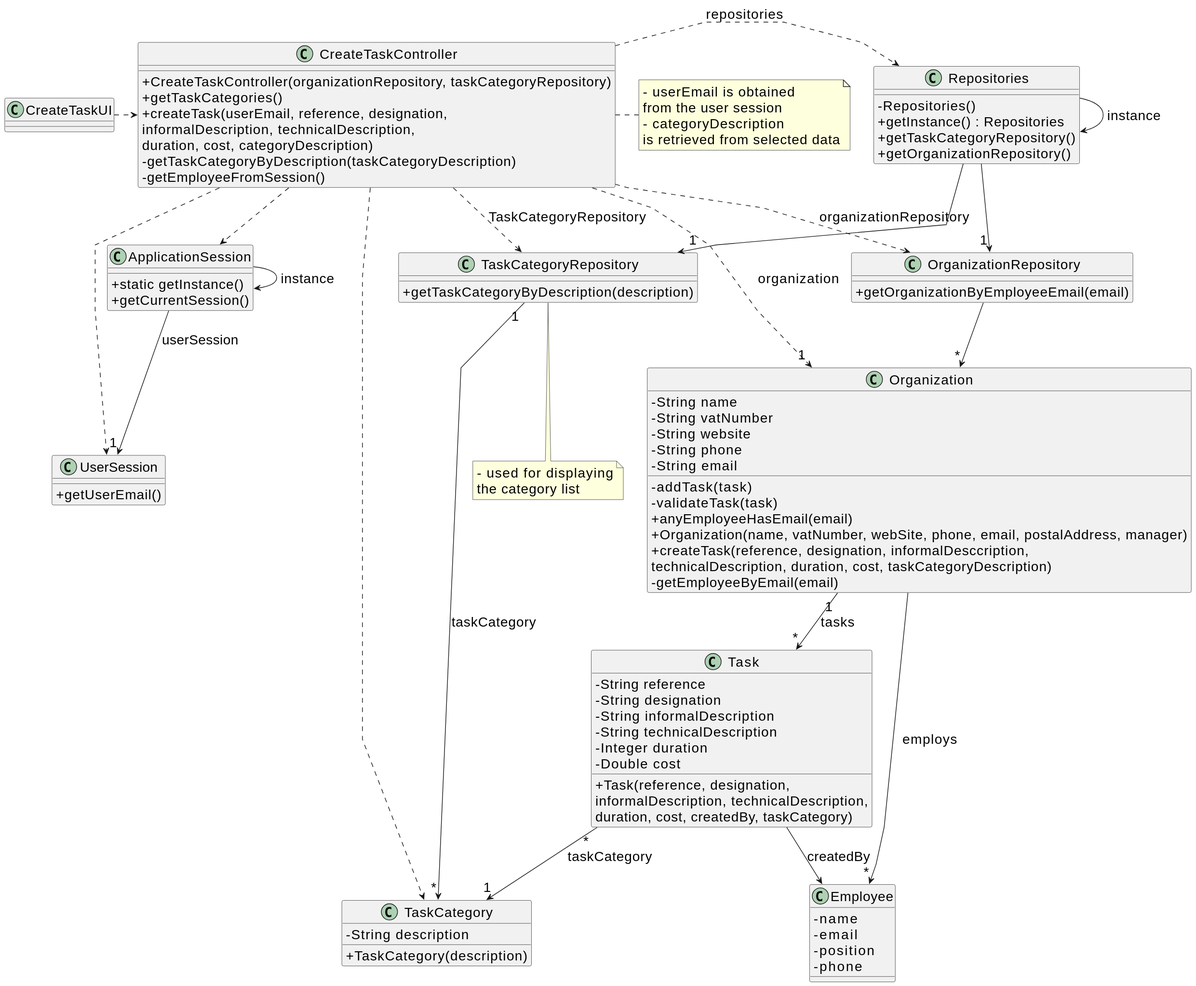
The PlantUML diagram docs/tp01/svg/uc6-class-diagram.svg in PureNimble/ISEP-LAPR2, before a commit.
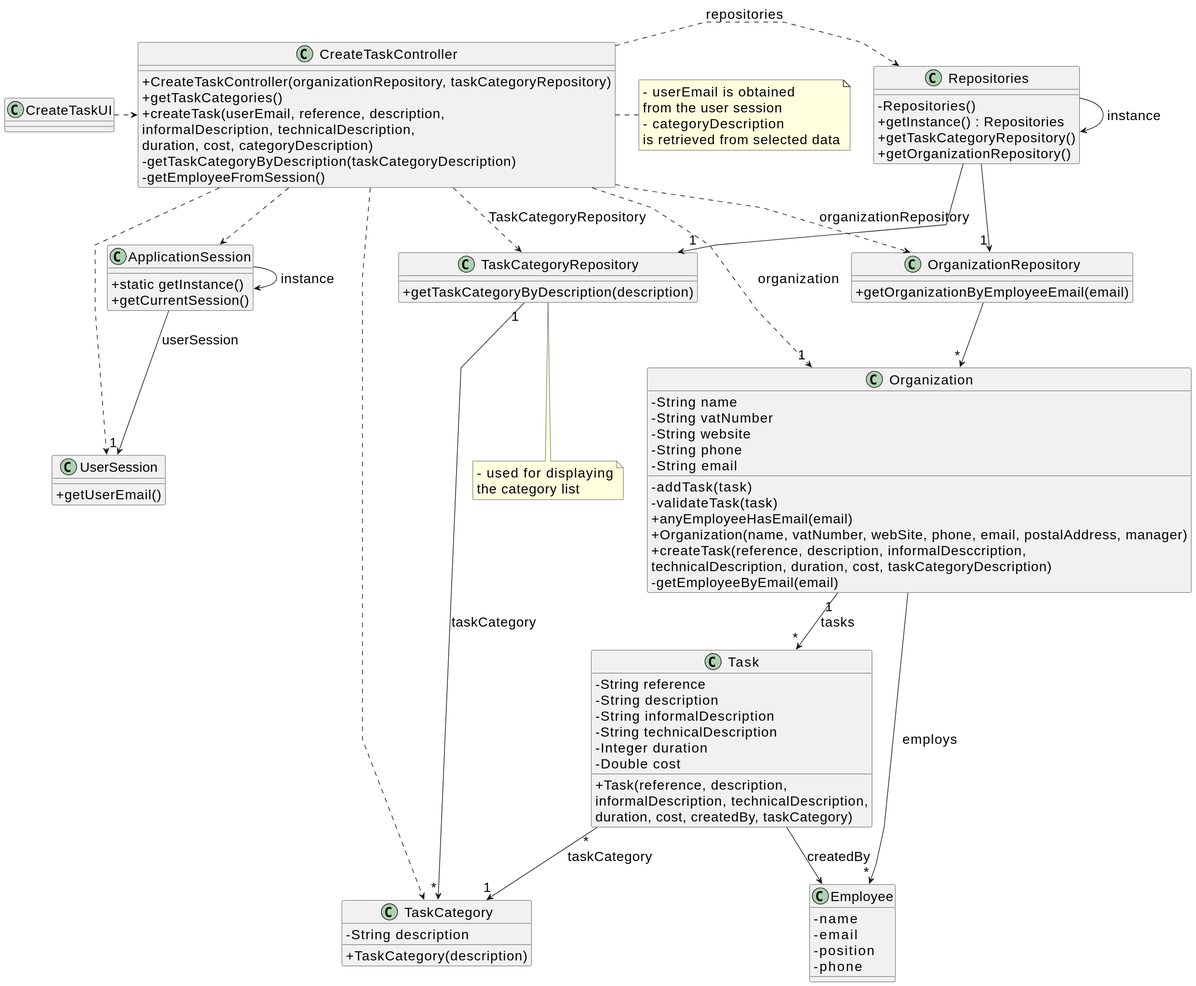
After the change.

The edit, as a diff of the source:
```diff
@@ -27,13 +27,13 @@
 
 class Task {
     - String reference
-    - String designation
+    - String description
     - String informalDescription
     - String technicalDescription
     - Integer duration
     - Double cost
 
-    + Task(reference, designation,\ninformalDescription, technicalDescription,\nduration, cost, createdBy, taskCategory)
+    + Task(reference, description,\ninformalDescription, technicalDescription,\nduration, cost, createdBy, taskCategory)
 }
 
 class TaskCategory {
@@ -53,7 +53,7 @@
     - validateTask(task)
     + anyEmployeeHasEmail(email)
     + Organization(name, vatNumber, webSite, phone, email, postalAddress, manager)
-    + createTask(reference, designation, informalDesccription,\ntechnicalDescription, duration, cost, taskCategoryDescription)
+    + createTask(reference, description, informalDesccription,\ntechnicalDescription, duration, cost, taskCategoryDescription)
     - getEmployeeByEmail(email)
 
 }
@@ -76,7 +76,7 @@
 class CreateTaskController {
     + CreateTaskController(organizationRepository, taskCategoryRepository)
     + getTaskCategories()
-    + createTask(userEmail, reference, designation,\ninformalDescription, technicalDescription,\nduration, cost, categoryDescription)
+    + createTask(userEmail, reference, description,\ninformalDescription, technicalDescription,\nduration, cost, categoryDescription)
     - getTaskCategoryByDescription(taskCategoryDescription)
     - getEmployeeFromSession()
 }
```
